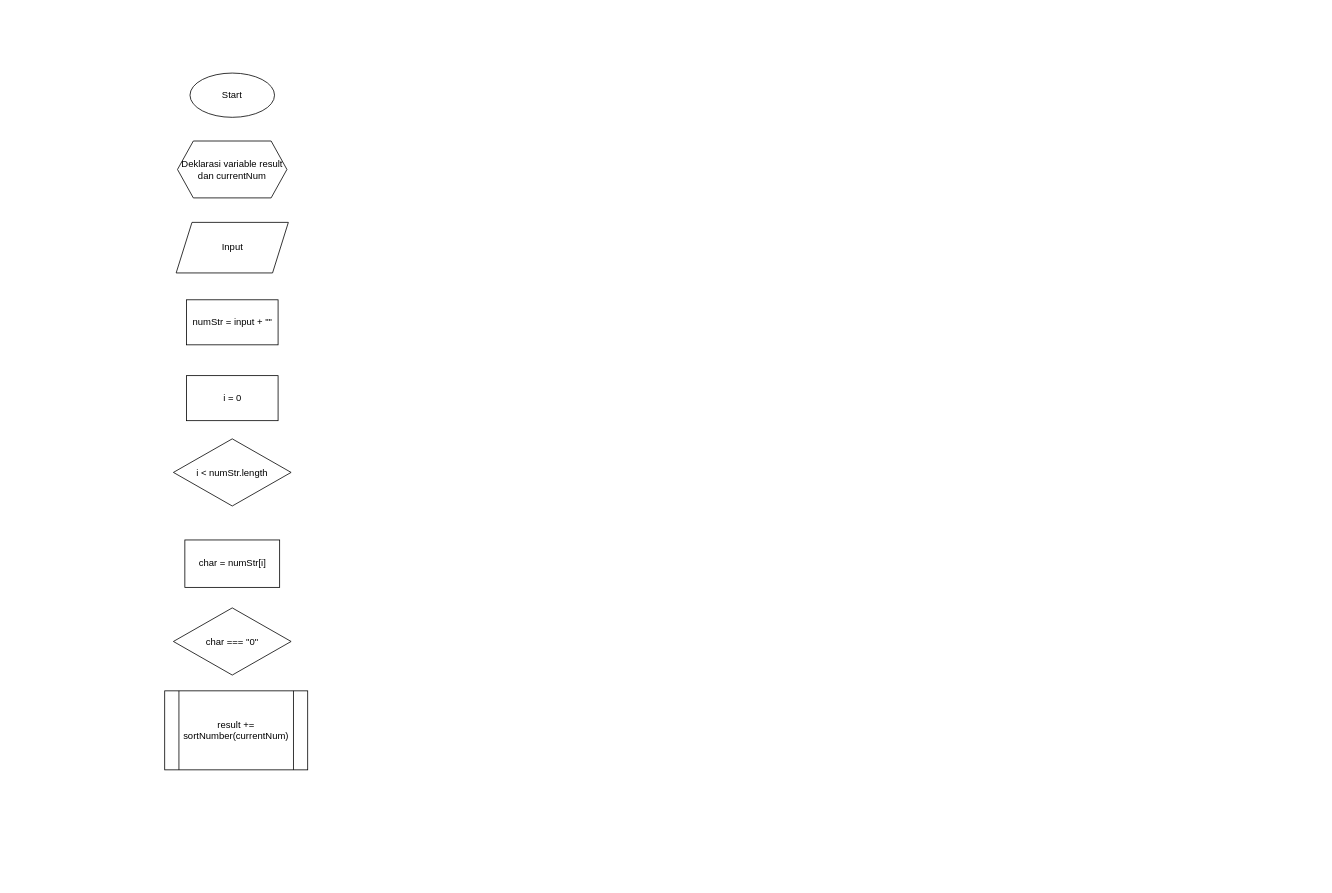
Before: page "Page-2" (2 of 2) of 5-Code Implementation/DIscount FlowChart.drawio in mfauzidr/FWG-20, a draw.io diagram. Source tidied: cells renumbered, new cells numbered last; positions are measured from the earlier drawing's top-left corner, leaving out a move shared by most shapes. Both pictures are drawn from the tidied source at 79%, with x=0, y=0 at pixel (164, 73).
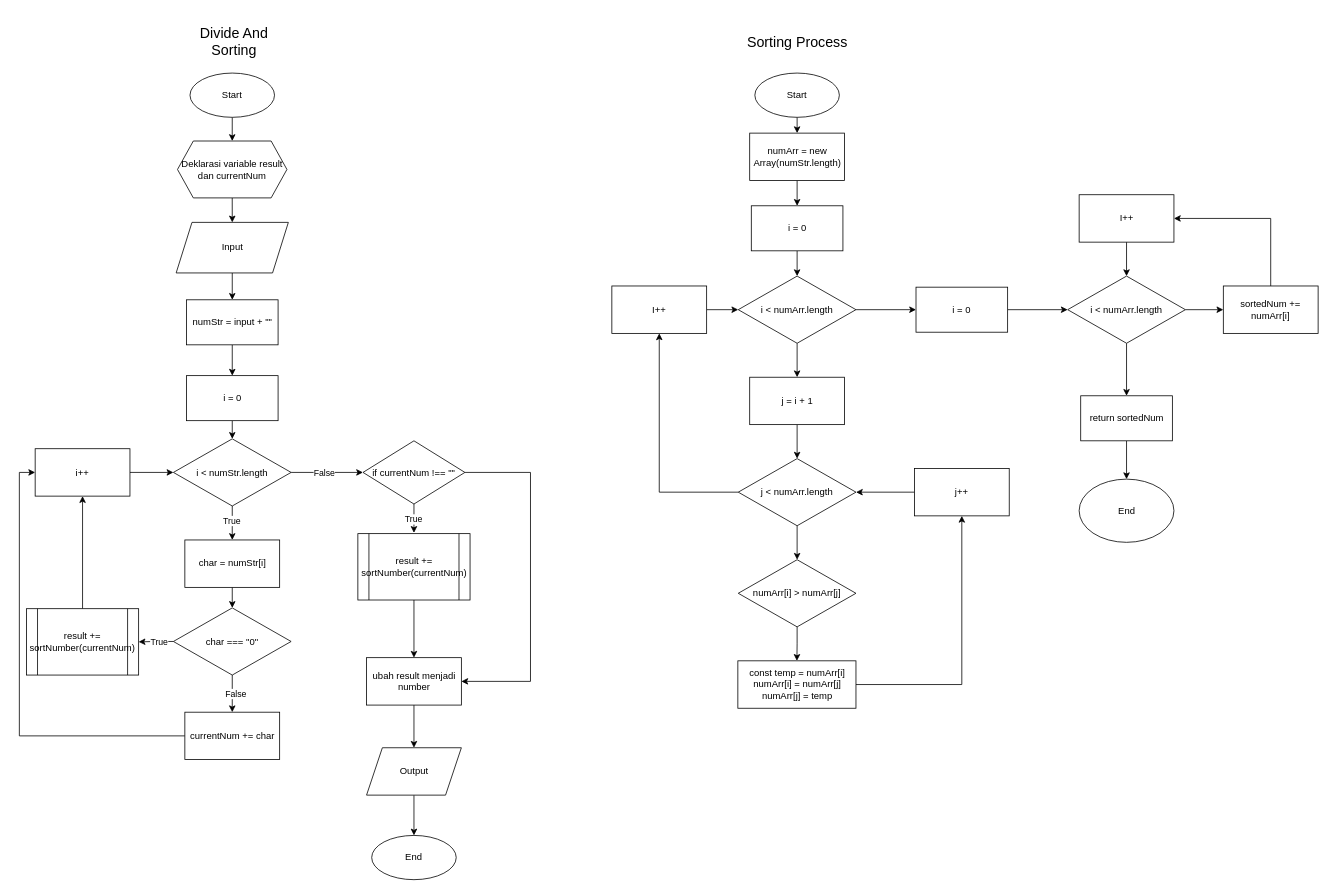
After the change.

Commit message:
Update Divide & Sort FlowChart.drawio

The change refers to these unchanged cells:
```xml
<mxCell id="2" value="Start" style="ellipse;whiteSpace=wrap;html=1;" parent="1" vertex="1">
  <mxGeometry x="32" width="107" height="56" as="geometry" />
</mxCell>
<mxCell id="3" value="Deklarasi variable result dan currentNum" style="shape=hexagon;perimeter=hexagonPerimeter2;whiteSpace=wrap;html=1;fixedSize=1;" parent="1" vertex="1">
  <mxGeometry x="16.2" y="86" width="138.5" height="72" as="geometry" />
</mxCell>
<mxCell id="4" value="Input" style="shape=parallelogram;perimeter=parallelogramPerimeter;whiteSpace=wrap;html=1;fixedSize=1;" parent="1" vertex="1">
  <mxGeometry x="14.5" y="189" width="142" height="64" as="geometry" />
</mxCell>
<mxCell id="5" value="i = 0" style="rounded=0;whiteSpace=wrap;html=1;" parent="1" vertex="1">
  <mxGeometry x="27.5" y="383" width="116" height="57" as="geometry" />
</mxCell>
<mxCell id="6" value="i &amp;lt; numStr.length" style="rhombus;whiteSpace=wrap;html=1;" parent="1" vertex="1">
  <mxGeometry x="11" y="463" width="149" height="85" as="geometry" />
</mxCell>
<mxCell id="7" value="numStr = input + &quot;&quot;" style="rounded=0;whiteSpace=wrap;html=1;" parent="1" vertex="1">
  <mxGeometry x="27.5" y="287" width="116" height="57" as="geometry" />
</mxCell>
<mxCell id="8" value="char = numStr[i]" style="rounded=0;whiteSpace=wrap;html=1;" parent="1" vertex="1">
  <mxGeometry x="25.5" y="591" width="120" height="60" as="geometry" />
</mxCell>
<mxCell id="9" value="char === &quot;0&quot;" style="rhombus;whiteSpace=wrap;html=1;" parent="1" vertex="1">
  <mxGeometry x="11" y="677" width="149" height="85" as="geometry" />
</mxCell>
```

Diff of the diagram source:
```diff
@@
+    <mxCell id="11" style="edgeStyle=orthogonalEdgeStyle;rounded=0;jettySize=auto;html=1;exitX=0.5;exitY=1;exitDx=0;exitDy=0;entryX=0.5;entryY=0;entryDx=0;entryDy=0;" parent="1" edge="1" source="2" target="3">
+      <mxGeometry relative="1" as="geometry" />
+    </mxCell>
@@
+    <mxCell id="12" style="edgeStyle=orthogonalEdgeStyle;rounded=0;jettySize=auto;html=1;exitX=0.5;exitY=1;exitDx=0;exitDy=0;entryX=0.5;entryY=0;entryDx=0;entryDy=0;" parent="1" edge="1" source="3" target="4">
+      <mxGeometry relative="1" as="geometry" />
+    </mxCell>
@@
+    <mxCell id="13" style="edgeStyle=orthogonalEdgeStyle;rounded=0;jettySize=auto;html=1;exitX=0.5;exitY=1;exitDx=0;exitDy=0;entryX=0.5;entryY=0;entryDx=0;entryDy=0;" parent="1" edge="1" source="4" target="7">
+      <mxGeometry relative="1" as="geometry" />
+    </mxCell>
@@
+    <mxCell id="14" style="edgeStyle=orthogonalEdgeStyle;rounded=0;jettySize=auto;html=1;exitX=0.5;exitY=1;exitDx=0;exitDy=0;entryX=0.5;entryY=0;entryDx=0;entryDy=0;" parent="1" edge="1" source="5" target="6">
+      <mxGeometry relative="1" as="geometry" />
+    </mxCell>
@@
+    <mxCell id="15" style="edgeStyle=orthogonalEdgeStyle;rounded=0;jettySize=auto;html=1;exitX=0.5;exitY=1;exitDx=0;exitDy=0;entryX=0.5;entryY=0;entryDx=0;entryDy=0;" parent="1" edge="1" source="6" target="8">
+      <mxGeometry relative="1" as="geometry" />
+    </mxCell>
+    <mxCell id="16" value="True" style="edgeLabel;html=1;align=center;verticalAlign=middle;" parent="15" vertex="1">
+      <mxGeometry x="-0.14" y="-1" relative="1" as="geometry" />
+    </mxCell>
+    <mxCell id="17" style="edgeStyle=orthogonalEdgeStyle;rounded=0;jettySize=auto;html=1;exitX=1;exitY=0.5;exitDx=0;exitDy=0;entryX=0;entryY=0.5;entryDx=0;entryDy=0;" parent="1" edge="1" source="6" target="33">
+      <mxGeometry relative="1" as="geometry" />
+    </mxCell>
+    <mxCell id="18" value="False" style="edgeLabel;html=1;align=center;verticalAlign=middle;" parent="17" vertex="1">
+      <mxGeometry x="0.25" y="1" relative="1" as="geometry">
+        <mxPoint x="-16" y="1" as="offset" />
+      </mxGeometry>
+    </mxCell>
@@
+    <mxCell id="19" style="edgeStyle=orthogonalEdgeStyle;rounded=0;jettySize=auto;html=1;exitX=0.5;exitY=1;exitDx=0;exitDy=0;entryX=0.5;entryY=0;entryDx=0;entryDy=0;" parent="1" edge="1" source="7" target="5">
+      <mxGeometry relative="1" as="geometry" />
+    </mxCell>
@@
+    <mxCell id="20" style="edgeStyle=orthogonalEdgeStyle;rounded=0;jettySize=auto;html=1;exitX=0.5;exitY=1;exitDx=0;exitDy=0;entryX=0.5;entryY=0;entryDx=0;entryDy=0;" parent="1" edge="1" source="8" target="9">
+      <mxGeometry relative="1" as="geometry" />
+    </mxCell>
@@
+    <mxCell id="21" style="edgeStyle=orthogonalEdgeStyle;rounded=0;jettySize=auto;html=1;exitX=0;exitY=0.5;exitDx=0;exitDy=0;entryX=1;entryY=0.5;entryDx=0;entryDy=0;" parent="1" edge="1" source="9" target="10">
+      <mxGeometry relative="1" as="geometry" />
+    </mxCell>
+    <mxCell id="22" value="True" style="edgeLabel;html=1;align=center;verticalAlign=middle;" parent="21" vertex="1">
+      <mxGeometry x="0.03" y="3" relative="1" as="geometry">
+        <mxPoint x="4" y="-3" as="offset" />
+      </mxGeometry>
+    </mxCell>
+    <mxCell id="23" style="edgeStyle=orthogonalEdgeStyle;rounded=0;jettySize=auto;html=1;exitX=0.5;exitY=1;exitDx=0;exitDy=0;entryX=0.5;entryY=0;entryDx=0;entryDy=0;" parent="1" edge="1" source="9" target="29">
+      <mxGeometry relative="1" as="geometry" />
+    </mxCell>
+    <mxCell id="24" value="False" style="edgeLabel;html=1;align=center;verticalAlign=middle;" parent="23" vertex="1">
+      <mxGeometry x="-0.02" y="4" relative="1" as="geometry" />
+    </mxCell>
@@
+    <mxCell id="25" style="edgeStyle=orthogonalEdgeStyle;rounded=0;jettySize=auto;html=1;exitX=0.5;exitY=0;exitDx=0;exitDy=0;entryX=0.5;entryY=1;entryDx=0;entryDy=0;" parent="1" edge="1" source="10" target="27">
+      <mxGeometry relative="1" as="geometry" />
+    </mxCell>
     <mxCell id="10" value="result += sortNumber(currentNum)" style="shape=process;whiteSpace=wrap;html=1;backgroundOutline=1;" parent="1" vertex="1">
-      <mxGeometry y="782" width="181" height="100" as="geometry" />
+      <mxGeometry x="-175" y="678" width="142" height="84" as="geometry" />
     </mxCell>
+    <mxCell id="26" style="edgeStyle=orthogonalEdgeStyle;rounded=0;jettySize=auto;html=1;exitX=1;exitY=0.5;exitDx=0;exitDy=0;entryX=0;entryY=0.5;entryDx=0;entryDy=0;" parent="1" edge="1" source="27" target="6">
+      <mxGeometry relative="1" as="geometry" />
+    </mxCell>
+    <mxCell id="27" value="i++" style="rounded=0;whiteSpace=wrap;html=1;" parent="1" vertex="1">
+      <mxGeometry x="-164" y="475.5" width="120" height="60" as="geometry" />
+    </mxCell>
+    <mxCell id="28" style="edgeStyle=orthogonalEdgeStyle;rounded=0;jettySize=auto;html=1;exitX=0;exitY=0.5;exitDx=0;exitDy=0;entryX=0;entryY=0.5;entryDx=0;entryDy=0;" parent="1" edge="1" source="29" target="27">
+      <mxGeometry relative="1" as="geometry" />
+    </mxCell>
+    <mxCell id="29" value="currentNum += char" style="rounded=0;whiteSpace=wrap;html=1;" parent="1" vertex="1">
+      <mxGeometry x="25.5" y="809" width="120" height="60" as="geometry" />
+    </mxCell>
+    <mxCell id="30" style="edgeStyle=orthogonalEdgeStyle;rounded=0;jettySize=auto;html=1;exitX=0.5;exitY=1;exitDx=0;exitDy=0;entryX=0.5;entryY=0;entryDx=0;entryDy=0;" parent="1" edge="1" source="33">
+      <mxGeometry relative="1" as="geometry">
+        <mxPoint x="315.5" y="582" as="targetPoint" />
+      </mxGeometry>
+    </mxCell>
+    <mxCell id="31" value="True" style="edgeLabel;html=1;align=center;verticalAlign=middle;" parent="30" vertex="1">
+      <mxGeometry x="-0.04" y="-1" relative="1" as="geometry">
+        <mxPoint y="1" as="offset" />
+      </mxGeometry>
+    </mxCell>
+    <mxCell id="32" style="edgeStyle=orthogonalEdgeStyle;rounded=0;jettySize=auto;html=1;exitX=1;exitY=0.5;exitDx=0;exitDy=0;entryX=1;entryY=0.5;entryDx=0;entryDy=0;" parent="1" edge="1" source="33" target="37">
+      <mxGeometry relative="1" as="geometry">
+        <Array as="points">
+          <mxPoint x="463" y="506" />
+          <mxPoint x="463" y="770" />
+        </Array>
+      </mxGeometry>
+    </mxCell>
+    <mxCell id="33" value="if currentNum !== &quot;&quot;" style="rhombus;whiteSpace=wrap;html=1;" parent="1" vertex="1">
+      <mxGeometry x="251" y="465.5" width="129" height="80" as="geometry" />
+    </mxCell>
+    <mxCell id="34" style="edgeStyle=orthogonalEdgeStyle;rounded=0;jettySize=auto;html=1;exitX=0.5;exitY=1;exitDx=0;exitDy=0;entryX=0.5;entryY=0;entryDx=0;entryDy=0;" parent="1" edge="1" source="35" target="37">
+      <mxGeometry relative="1" as="geometry" />
+    </mxCell>
+    <mxCell id="35" value="result += sortNumber(currentNum)" style="shape=process;whiteSpace=wrap;html=1;backgroundOutline=1;" parent="1" vertex="1">
+      <mxGeometry x="244.5" y="583" width="142" height="84" as="geometry" />
+    </mxCell>
+    <mxCell id="36" style="edgeStyle=orthogonalEdgeStyle;rounded=0;jettySize=auto;html=1;exitX=0.5;exitY=1;exitDx=0;exitDy=0;entryX=0.5;entryY=0;entryDx=0;entryDy=0;" parent="1" edge="1" source="37" target="39">
+      <mxGeometry relative="1" as="geometry" />
+    </mxCell>
+    <mxCell id="37" value="ubah result menjadi number" style="rounded=0;whiteSpace=wrap;html=1;" parent="1" vertex="1">
+      <mxGeometry x="255.5" y="740" width="120" height="60" as="geometry" />
+    </mxCell>
+    <mxCell id="38" style="edgeStyle=orthogonalEdgeStyle;rounded=0;jettySize=auto;html=1;exitX=0.5;exitY=1;exitDx=0;exitDy=0;entryX=0.5;entryY=0;entryDx=0;entryDy=0;" parent="1" edge="1" source="39" target="40">
+      <mxGeometry relative="1" as="geometry" />
+    </mxCell>
+    <mxCell id="39" value="Output" style="shape=parallelogram;perimeter=parallelogramPerimeter;whiteSpace=wrap;html=1;fixedSize=1;" parent="1" vertex="1">
+      <mxGeometry x="255.5" y="854" width="120" height="60" as="geometry" />
+    </mxCell>
+    <mxCell id="40" value="End" style="ellipse;whiteSpace=wrap;html=1;" parent="1" vertex="1">
+      <mxGeometry x="262" y="965" width="107" height="56" as="geometry" />
+    </mxCell>
+    <mxCell id="41" style="edgeStyle=orthogonalEdgeStyle;rounded=0;jettySize=auto;html=1;exitX=0.5;exitY=1;exitDx=0;exitDy=0;entryX=0.5;entryY=0;entryDx=0;entryDy=0;" parent="1" edge="1" source="42" target="46">
+      <mxGeometry relative="1" as="geometry" />
+    </mxCell>
+    <mxCell id="42" value="Start" style="ellipse;whiteSpace=wrap;html=1;" parent="1" vertex="1">
+      <mxGeometry x="747" width="107" height="56" as="geometry" />
+    </mxCell>
+    <mxCell id="43" value="&lt;font style=&quot;font-size: 18px;&quot;&gt;Divide And Sorting&lt;/font&gt;" style="text;html=1;align=center;verticalAlign=middle;whiteSpace=wrap;rounded=0;" parent="1" vertex="1">
+      <mxGeometry x="18.5" y="-75" width="138" height="72" as="geometry" />
+    </mxCell>
+    <mxCell id="44" value="&lt;font style=&quot;font-size: 18px;&quot;&gt;Sorting Process&lt;/font&gt;" style="text;html=1;align=center;verticalAlign=middle;whiteSpace=wrap;rounded=0;" parent="1" vertex="1">
+      <mxGeometry x="731.5" y="-75" width="138" height="72" as="geometry" />
+    </mxCell>
+    <mxCell id="45" style="edgeStyle=orthogonalEdgeStyle;rounded=0;jettySize=auto;html=1;exitX=0.5;exitY=1;exitDx=0;exitDy=0;entryX=0.5;entryY=0;entryDx=0;entryDy=0;" parent="1" edge="1" source="46" target="53">
+      <mxGeometry relative="1" as="geometry" />
+    </mxCell>
+    <mxCell id="46" value="numArr = new Array(numStr.length)" style="rounded=0;whiteSpace=wrap;html=1;" parent="1" vertex="1">
+      <mxGeometry x="740.5" y="76" width="120" height="60" as="geometry" />
+    </mxCell>
+    <mxCell id="47" style="edgeStyle=orthogonalEdgeStyle;rounded=0;jettySize=auto;html=1;exitX=0.5;exitY=1;exitDx=0;exitDy=0;entryX=0.5;entryY=0;entryDx=0;entryDy=0;" parent="1" edge="1" source="48" target="56">
+      <mxGeometry relative="1" as="geometry" />
+    </mxCell>
+    <mxCell id="48" value="j = i + 1" style="rounded=0;whiteSpace=wrap;html=1;" parent="1" vertex="1">
+      <mxGeometry x="740.5" y="385" width="120" height="60" as="geometry" />
+    </mxCell>
+    <mxCell id="49" style="edgeStyle=orthogonalEdgeStyle;rounded=0;jettySize=auto;html=1;exitX=0.5;exitY=1;exitDx=0;exitDy=0;entryX=0.5;entryY=0;entryDx=0;entryDy=0;" parent="1" edge="1" source="51" target="48">
+      <mxGeometry relative="1" as="geometry" />
+    </mxCell>
+    <mxCell id="50" style="edgeStyle=orthogonalEdgeStyle;rounded=0;jettySize=auto;html=1;exitX=1;exitY=0.5;exitDx=0;exitDy=0;entryX=0;entryY=0.5;entryDx=0;entryDy=0;" parent="1" edge="1" source="51" target="69">
+      <mxGeometry relative="1" as="geometry" />
+    </mxCell>
+    <mxCell id="51" value="i &amp;lt; numArr.length" style="rhombus;whiteSpace=wrap;html=1;" parent="1" vertex="1">
+      <mxGeometry x="726" y="257" width="149" height="85" as="geometry" />
+    </mxCell>
+    <mxCell id="52" style="edgeStyle=orthogonalEdgeStyle;rounded=0;jettySize=auto;html=1;exitX=0.5;exitY=1;exitDx=0;exitDy=0;entryX=0.5;entryY=0;entryDx=0;entryDy=0;" parent="1" edge="1" source="53" target="51">
+      <mxGeometry relative="1" as="geometry" />
+    </mxCell>
+    <mxCell id="53" value="i = 0" style="rounded=0;whiteSpace=wrap;html=1;" parent="1" vertex="1">
+      <mxGeometry x="742.5" y="168" width="116" height="57" as="geometry" />
+    </mxCell>
+    <mxCell id="54" style="edgeStyle=orthogonalEdgeStyle;rounded=0;jettySize=auto;html=1;exitX=0.5;exitY=1;exitDx=0;exitDy=0;entryX=0.5;entryY=0;entryDx=0;entryDy=0;" parent="1" edge="1" source="56" target="58">
+      <mxGeometry relative="1" as="geometry" />
+    </mxCell>
+    <mxCell id="55" style="edgeStyle=orthogonalEdgeStyle;rounded=0;jettySize=auto;html=1;exitX=0;exitY=0.5;exitDx=0;exitDy=0;entryX=0.5;entryY=1;entryDx=0;entryDy=0;" parent="1" edge="1" source="56" target="62">
+      <mxGeometry relative="1" as="geometry" />
+    </mxCell>
+    <mxCell id="56" value="j &amp;lt; numArr.length" style="rhombus;whiteSpace=wrap;html=1;" parent="1" vertex="1">
+      <mxGeometry x="726" y="488" width="149" height="85" as="geometry" />
+    </mxCell>
+    <mxCell id="57" style="edgeStyle=orthogonalEdgeStyle;rounded=0;jettySize=auto;html=1;exitX=0.5;exitY=1;exitDx=0;exitDy=0;entryX=0.5;entryY=0;entryDx=0;entryDy=0;" parent="1" edge="1" source="58" target="60">
+      <mxGeometry relative="1" as="geometry" />
+    </mxCell>
+    <mxCell id="58" value="numArr[i] &amp;gt; numArr[j]" style="rhombus;whiteSpace=wrap;html=1;" parent="1" vertex="1">
+      <mxGeometry x="726" y="616" width="149" height="85" as="geometry" />
+    </mxCell>
+    <mxCell id="59" style="edgeStyle=orthogonalEdgeStyle;rounded=0;jettySize=auto;html=1;exitX=1;exitY=0.5;exitDx=0;exitDy=0;entryX=0.5;entryY=1;entryDx=0;entryDy=0;" parent="1" edge="1" source="60" target="64">
+      <mxGeometry relative="1" as="geometry" />
+    </mxCell>
+    <mxCell id="60" value="&lt;div&gt;const temp = numArr[i]&lt;/div&gt;&lt;div&gt;&lt;span style=&quot;background-color: initial;&quot;&gt;numArr[i] = numArr[j]&lt;/span&gt;&lt;/div&gt;&lt;div&gt;&lt;span style=&quot;background-color: initial;&quot;&gt;numArr[j] = temp&lt;/span&gt;&lt;/div&gt;" style="rounded=0;whiteSpace=wrap;html=1;" parent="1" vertex="1">
+      <mxGeometry x="725.5" y="744" width="149.5" height="60" as="geometry" />
+    </mxCell>
+    <mxCell id="61" style="edgeStyle=orthogonalEdgeStyle;rounded=0;jettySize=auto;html=1;exitX=1;exitY=0.5;exitDx=0;exitDy=0;entryX=0;entryY=0.5;entryDx=0;entryDy=0;" parent="1" edge="1" source="62" target="51">
+      <mxGeometry relative="1" as="geometry" />
+    </mxCell>
+    <mxCell id="62" value="I++" style="rounded=0;whiteSpace=wrap;html=1;" parent="1" vertex="1">
+      <mxGeometry x="566" y="269.5" width="120" height="60" as="geometry" />
+    </mxCell>
+    <mxCell id="63" style="edgeStyle=orthogonalEdgeStyle;rounded=0;jettySize=auto;html=1;exitX=0;exitY=0.5;exitDx=0;exitDy=0;entryX=1;entryY=0.5;entryDx=0;entryDy=0;" parent="1" edge="1" source="64" target="56">
+      <mxGeometry relative="1" as="geometry" />
+    </mxCell>
+    <mxCell id="64" value="j++" style="rounded=0;whiteSpace=wrap;html=1;" parent="1" vertex="1">
+      <mxGeometry x="949" y="500.5" width="120" height="60" as="geometry" />
+    </mxCell>
+    <mxCell id="65" style="edgeStyle=orthogonalEdgeStyle;rounded=0;jettySize=auto;html=1;exitX=1;exitY=0.5;exitDx=0;exitDy=0;entryX=0;entryY=0.5;entryDx=0;entryDy=0;" parent="1" edge="1" source="67" target="73">
+      <mxGeometry relative="1" as="geometry" />
+    </mxCell>
+    <mxCell id="66" style="edgeStyle=orthogonalEdgeStyle;rounded=0;jettySize=auto;html=1;exitX=0.5;exitY=1;exitDx=0;exitDy=0;entryX=0.5;entryY=0;entryDx=0;entryDy=0;" parent="1" edge="1" source="67" target="75">
+      <mxGeometry relative="1" as="geometry" />
+    </mxCell>
+    <mxCell id="67" value="i &amp;lt; numArr.length" style="rhombus;whiteSpace=wrap;html=1;" parent="1" vertex="1">
+      <mxGeometry x="1143" y="257" width="149" height="85" as="geometry" />
+    </mxCell>
+    <mxCell id="68" style="edgeStyle=orthogonalEdgeStyle;rounded=0;jettySize=auto;html=1;exitX=1;exitY=0.5;exitDx=0;exitDy=0;entryX=0;entryY=0.5;entryDx=0;entryDy=0;" parent="1" edge="1" source="69" target="67">
+      <mxGeometry relative="1" as="geometry" />
+    </mxCell>
+    <mxCell id="69" value="i = 0" style="rounded=0;whiteSpace=wrap;html=1;" parent="1" vertex="1">
+      <mxGeometry x="951" y="271" width="116" height="57" as="geometry" />
+    </mxCell>
+    <mxCell id="70" style="edgeStyle=orthogonalEdgeStyle;rounded=0;jettySize=auto;html=1;exitX=0.5;exitY=1;exitDx=0;exitDy=0;entryX=0.5;entryY=0;entryDx=0;entryDy=0;" parent="1" edge="1" source="71" target="67">
+      <mxGeometry relative="1" as="geometry" />
+    </mxCell>
+    <mxCell id="71" value="I++" style="rounded=0;whiteSpace=wrap;html=1;" parent="1" vertex="1">
+      <mxGeometry x="1157.5" y="154" width="120" height="60" as="geometry" />
+    </mxCell>
+    <mxCell id="72" style="edgeStyle=orthogonalEdgeStyle;rounded=0;jettySize=auto;html=1;exitX=0.5;exitY=0;exitDx=0;exitDy=0;entryX=1;entryY=0.5;entryDx=0;entryDy=0;" parent="1" edge="1" source="73" target="71">
+      <mxGeometry relative="1" as="geometry" />
+    </mxCell>
+    <mxCell id="73" value="sortedNum += numArr[i]" style="rounded=0;whiteSpace=wrap;html=1;" parent="1" vertex="1">
+      <mxGeometry x="1340" y="269.5" width="120" height="60" as="geometry" />
+    </mxCell>
+    <mxCell id="74" style="edgeStyle=orthogonalEdgeStyle;rounded=0;jettySize=auto;html=1;exitX=0.5;exitY=1;exitDx=0;exitDy=0;entryX=0.5;entryY=0;entryDx=0;entryDy=0;" parent="1" edge="1" source="75" target="76">
+      <mxGeometry relative="1" as="geometry" />
+    </mxCell>
+    <mxCell id="75" value="return sortedNum" style="rounded=0;whiteSpace=wrap;html=1;" parent="1" vertex="1">
+      <mxGeometry x="1159.5" y="408.5" width="116" height="57" as="geometry" />
+    </mxCell>
+    <mxCell id="76" value="End" style="ellipse;whiteSpace=wrap;html=1;" parent="1" vertex="1">
+      <mxGeometry x="1157.5" y="514" width="120" height="80" as="geometry" />
+    </mxCell>
```
